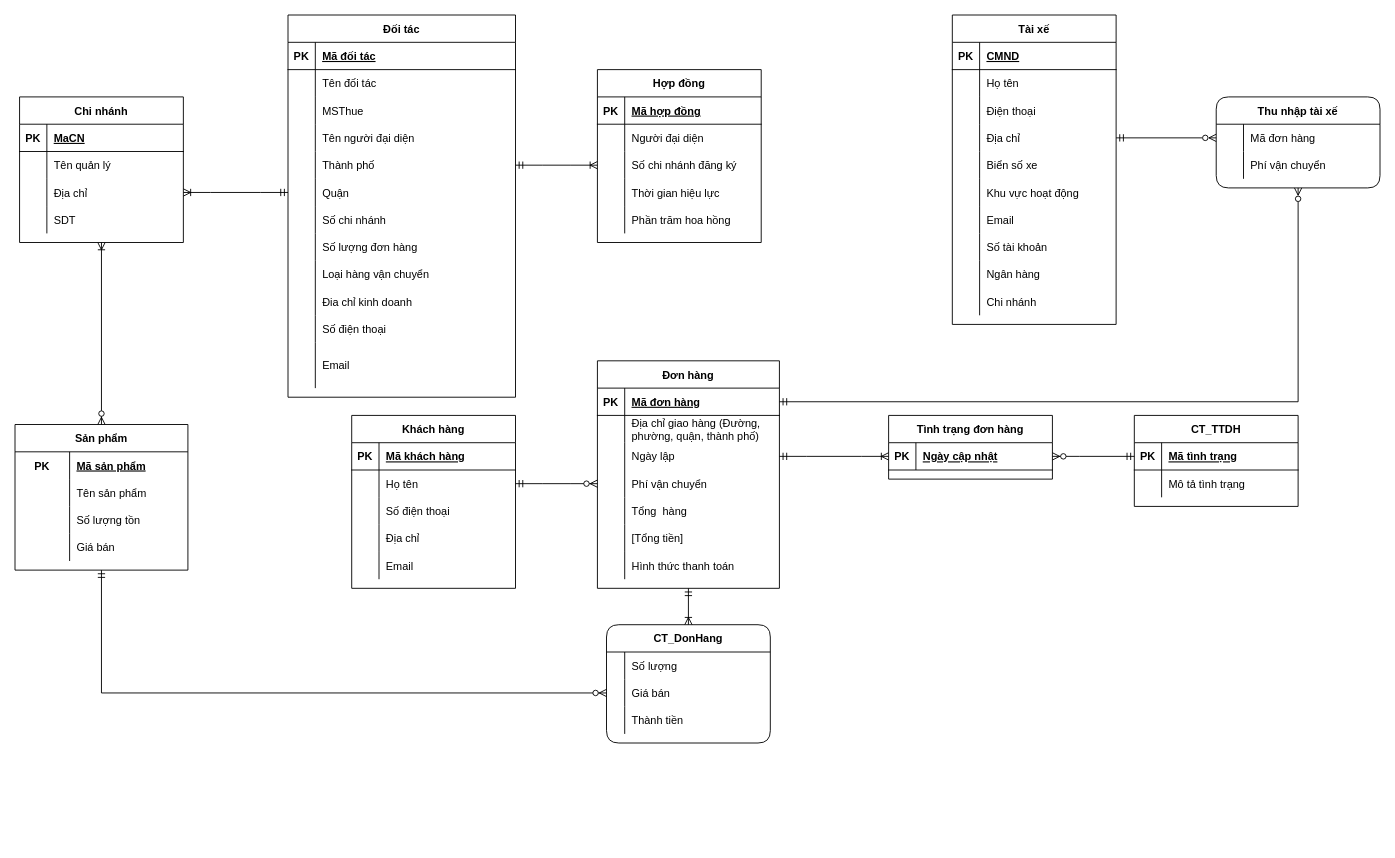
tranngoclam16/HQT-CSDL keeps this draw.io diagram as HQT-CSDL.drawio. Above is the earlier version. Source tidied: cells renumbered, new cells numbered last; positions are measured from the earlier drawing's top-left corner, leaving out a move shared by most shapes. Both pictures are drawn from the tidied source at 91%, with x=0, y=0 at pixel (15, 15).
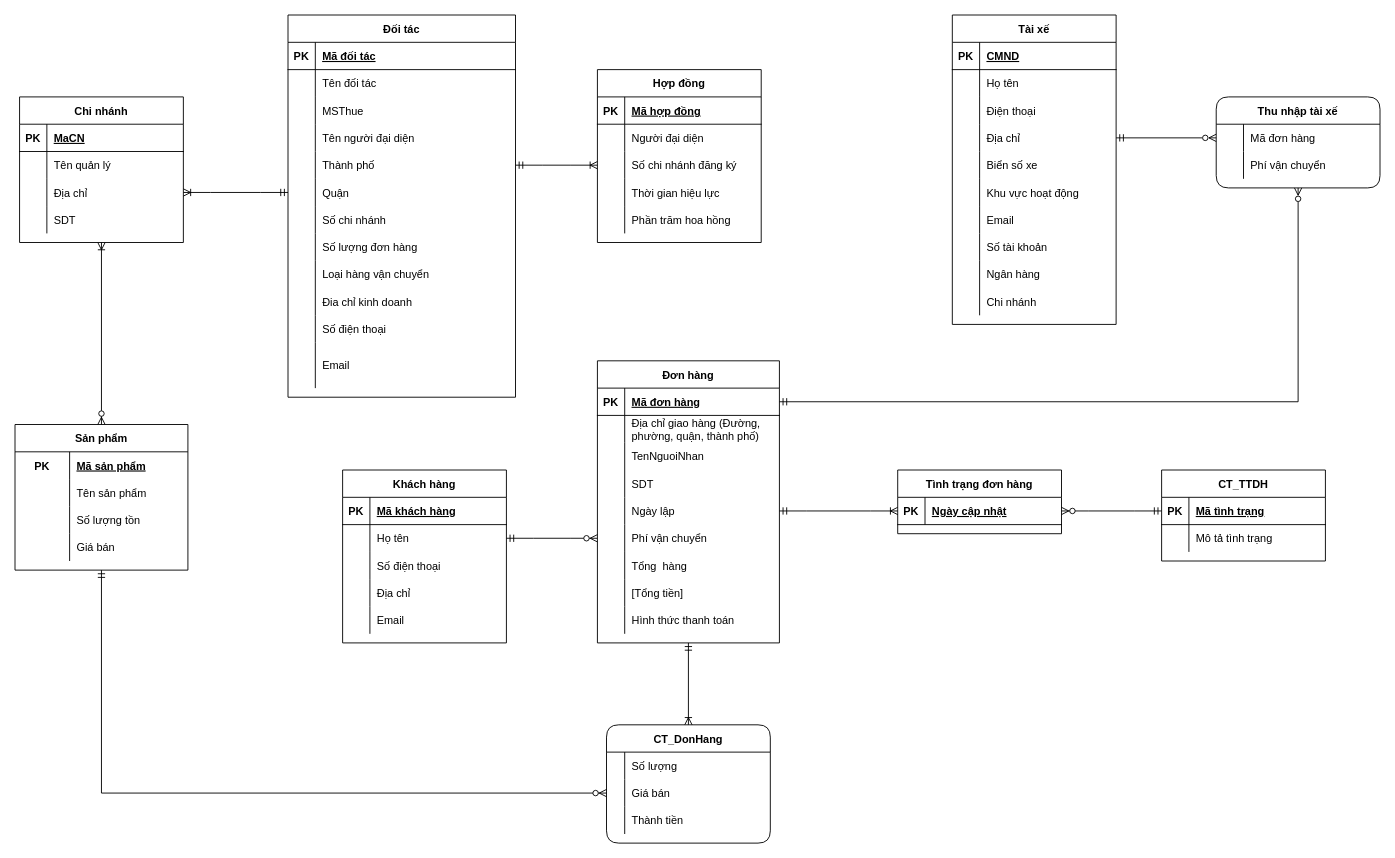
Above is the later version.

The edit, as a diff of the source:
```diff
@@
     <mxCell id="99" value="Đơn hàng" style="shape=table;startSize=30;childLayout=tableLayout;rowLines=0;fontStyle=1;align=center;" parent="1" vertex="1">
-      <mxGeometry x="640" y="380" width="200" height="250" as="geometry" />
+      <mxGeometry x="640" y="380" width="200" height="310" as="geometry" />
     </mxCell>
@@
+    <mxCell id="188" style="shape=partialRectangle;fillColor=none;top=0;left=0;bottom=0;right=0;" parent="99" vertex="1">
+      <mxGeometry y="90" width="200" height="30" as="geometry" />
+    </mxCell>
+    <mxCell id="189" style="shape=partialRectangle;fillColor=none;top=0;left=0;bottom=0;right=0;overflow=hidden;" parent="188" vertex="1">
+      <mxGeometry width="30" height="30" as="geometry" />
+    </mxCell>
+    <mxCell id="190" value="TenNguoiNhan" style="shape=partialRectangle;fillColor=none;top=0;left=0;bottom=0;right=0;align=left;spacingLeft=6;overflow=hidden;" parent="188" vertex="1">
+      <mxGeometry x="30" width="170" height="30" as="geometry" />
+    </mxCell>
+    <mxCell id="191" style="shape=partialRectangle;fillColor=none;top=0;left=0;bottom=0;right=0;" parent="99" vertex="1">
+      <mxGeometry y="120" width="200" height="30" as="geometry" />
+    </mxCell>
+    <mxCell id="192" style="shape=partialRectangle;fillColor=none;top=0;left=0;bottom=0;right=0;overflow=hidden;" parent="191" vertex="1">
+      <mxGeometry width="30" height="30" as="geometry" />
+    </mxCell>
+    <mxCell id="193" value="SDT" style="shape=partialRectangle;fillColor=none;top=0;left=0;bottom=0;right=0;align=left;spacingLeft=6;overflow=hidden;" parent="191" vertex="1">
+      <mxGeometry x="30" width="170" height="30" as="geometry" />
+    </mxCell>
     <mxCell id="106" style="shape=partialRectangle;fillColor=none;top=0;left=0;bottom=0;right=0;points=[[0,0.5],[1,0.5]];portConstraint=eastwest;" parent="99" vertex="1">
-      <mxGeometry y="90" width="200" height="30" as="geometry" />
+      <mxGeometry y="150" width="200" height="30" as="geometry" />
     </mxCell>
@@
     <mxCell id="109" style="shape=partialRectangle;fillColor=none;top=0;left=0;bottom=0;right=0;points=[[0,0.5],[1,0.5]];portConstraint=eastwest;" parent="99" vertex="1">
-      <mxGeometry y="120" width="200" height="30" as="geometry" />
+      <mxGeometry y="180" width="200" height="30" as="geometry" />
     </mxCell>
@@
     <mxCell id="112" style="shape=partialRectangle;fillColor=none;top=0;left=0;bottom=0;right=0;" parent="99" vertex="1">
-      <mxGeometry y="150" width="200" height="30" as="geometry" />
+      <mxGeometry y="210" width="200" height="30" as="geometry" />
     </mxCell>
@@
     <mxCell id="115" style="shape=partialRectangle;fillColor=none;top=0;left=0;bottom=0;right=0;" parent="99" vertex="1">
-      <mxGeometry y="180" width="200" height="30" as="geometry" />
+      <mxGeometry y="240" width="200" height="30" as="geometry" />
     </mxCell>
@@
     <mxCell id="118" style="shape=partialRectangle;fillColor=none;top=0;left=0;bottom=0;right=0;" parent="99" vertex="1">
-      <mxGeometry y="210" width="200" height="30" as="geometry" />
+      <mxGeometry y="270" width="200" height="30" as="geometry" />
     </mxCell>
@@
     <mxCell id="121" value="Khách hàng" style="shape=table;startSize=30;childLayout=tableLayout;rowLines=0;fontStyle=1;align=center;" parent="1" vertex="1">
-      <mxGeometry x="370" y="440" width="180" height="190" as="geometry" />
+      <mxGeometry x="360" y="500" width="180" height="190" as="geometry" />
     </mxCell>
@@
     <mxCell id="137" value="CT_DonHang" style="shape=table;startSize=30;childLayout=tableLayout;rowLines=0;fontStyle=1;align=center;rounded=1;" parent="1" vertex="1">
-      <mxGeometry x="650" y="670" width="180" height="130" as="geometry" />
+      <mxGeometry x="650" y="780" width="180" height="130" as="geometry" />
     </mxCell>
@@
     <mxCell id="176" value="Tình trạng đơn hàng" style="shape=table;startSize=30;childLayout=tableLayout;rowLines=0;fontStyle=1;align=center;" parent="1" vertex="1">
-      <mxGeometry x="960" y="440" width="180" height="70" as="geometry" />
+      <mxGeometry x="970" y="500" width="180" height="70" as="geometry" />
     </mxCell>
@@
     <mxCell id="180" value="CT_TTDH" style="shape=table;startSize=30;childLayout=tableLayout;rowLines=0;fontStyle=1;align=center;" parent="1" vertex="1">
-      <mxGeometry x="1230" y="440" width="180" height="100" as="geometry" />
+      <mxGeometry x="1260" y="500" width="180" height="100" as="geometry" />
     </mxCell>
```
